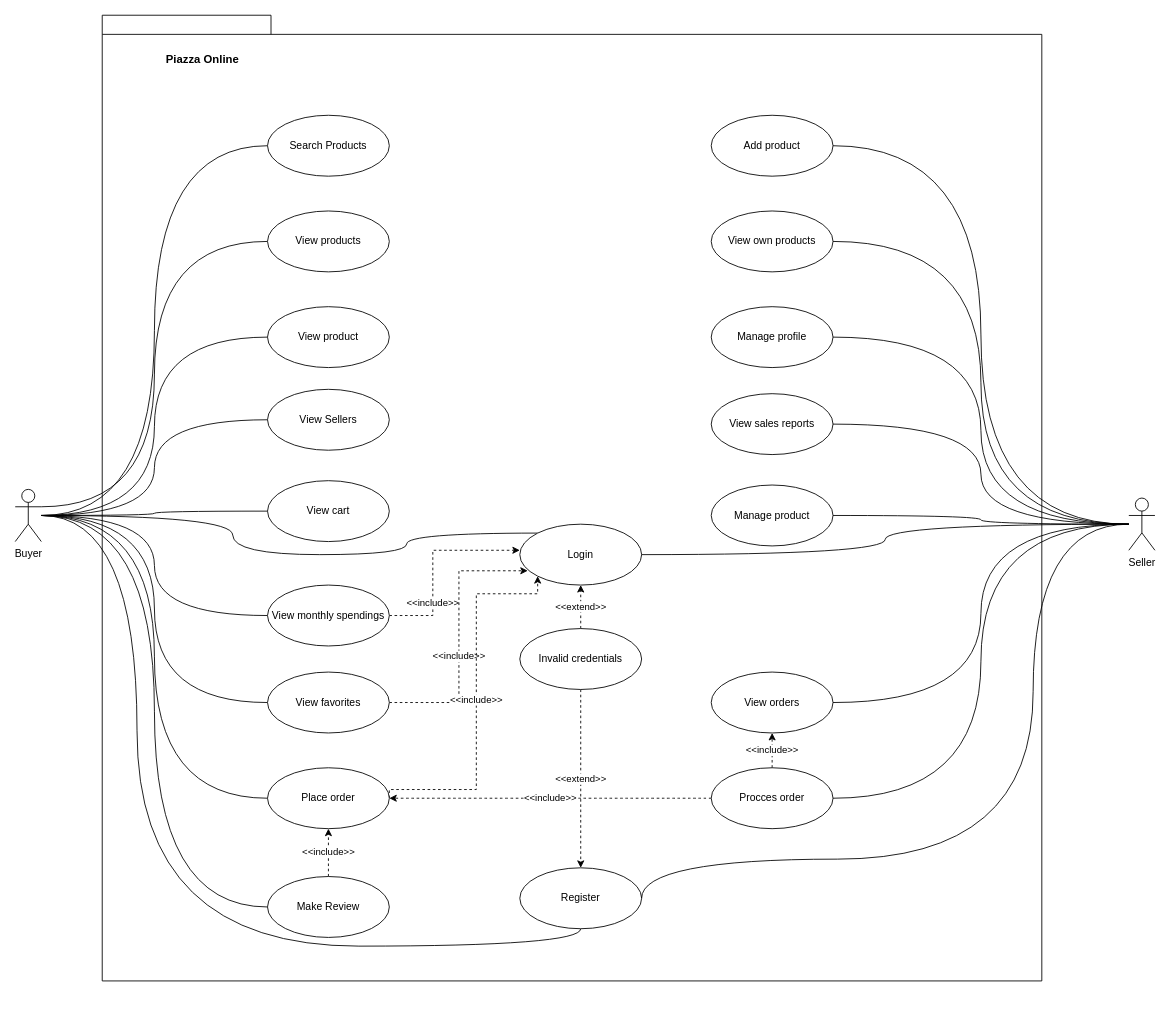
This is use_case_diagram.drawio from VladCiobotariu/InternshipProject, a draw.io file, before an edit. Source tidied: cells renumbered, new cells numbered last; positions are measured from the earlier drawing's top-left corner, leaving out a move shared by most shapes. Both pictures are drawn from the tidied source at 87%, with x=0, y=0 at pixel (15, 15).
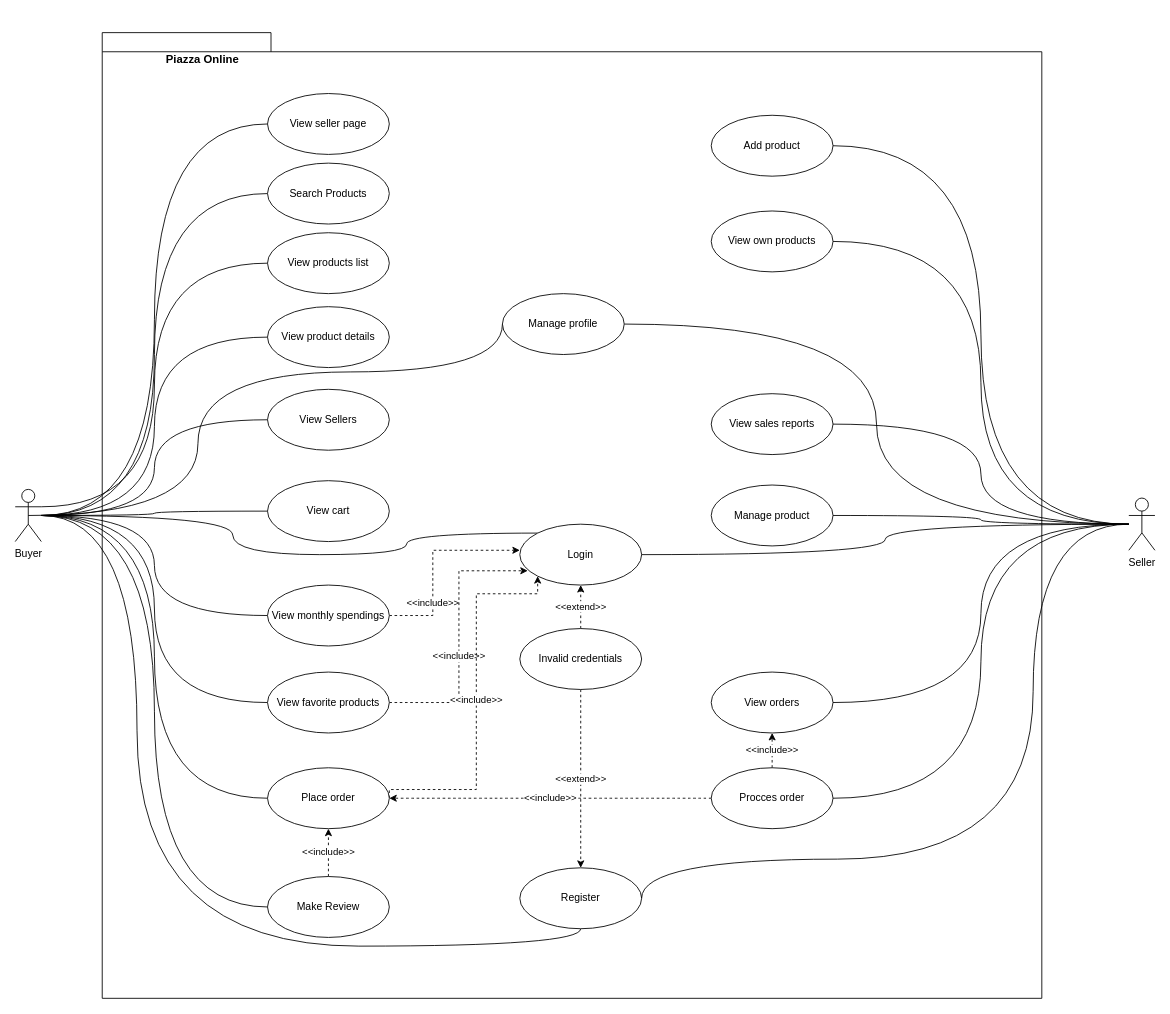
The same diagram, later.

The change refers to these unchanged cells:
```xml
<mxCell id="14" value="Buyer" style="shape=umlActor;verticalLabelPosition=bottom;verticalAlign=top;html=1;outlineConnect=0;" parent="1" vertex="1">
  <mxGeometry y="545" width="30" height="60" as="geometry" />
</mxCell>
```

What changed in the source:
```diff
@@
     <mxCell id="2" style="shape=folder;fontStyle=1;spacingTop=10;tabWidth=194;tabHeight=22;tabPosition=left;html=1;rounded=0;shadow=0;comic=0;labelBackgroundColor=none;strokeWidth=1;fillColor=none;fontFamily=Verdana;fontSize=10;align=center;" parent="1" vertex="1">
-      <mxGeometry x="100" width="1080" height="1110" as="geometry" />
+      <mxGeometry x="100" y="20" width="1080" height="1110" as="geometry" />
     </mxCell>
@@
+    <mxCell id="54" style="edgeStyle=orthogonalEdgeStyle;rounded=0;jettySize=auto;html=1;exitX=0.5;exitY=0.5;exitDx=0;exitDy=0;exitPerimeter=0;entryX=0;entryY=0.5;entryDx=0;entryDy=0;endArrow=none;endFill=0;curved=1;" parent="1" edge="1" source="14" target="48">
+      <mxGeometry relative="1" as="geometry">
+        <Array as="points">
+          <mxPoint x="210" y="575" />
+          <mxPoint x="210" y="410" />
+          <mxPoint x="560" y="410" />
+        </Array>
+      </mxGeometry>
+    </mxCell>
+    <mxCell id="55" style="edgeStyle=orthogonalEdgeStyle;rounded=0;jettySize=auto;html=1;entryX=0;entryY=0.5;entryDx=0;entryDy=0;endArrow=none;endFill=0;curved=1;" parent="1" edge="1" source="14" target="56">
+      <mxGeometry relative="1" as="geometry" />
+    </mxCell>
@@
     <mxCell id="18" value="Search Products" style="ellipse;whiteSpace=wrap;html=1;" parent="1" vertex="1">
-      <mxGeometry x="290" y="115" width="140" height="70" as="geometry" />
+      <mxGeometry x="290" y="170" width="140" height="70" as="geometry" />
     </mxCell>
-    <mxCell id="19" value="View products" style="ellipse;whiteSpace=wrap;html=1;" parent="1" vertex="1">
-      <mxGeometry x="290" y="225" width="140" height="70" as="geometry" />
+    <mxCell id="19" value="View products list" style="ellipse;whiteSpace=wrap;html=1;" parent="1" vertex="1">
+      <mxGeometry x="290" y="250" width="140" height="70" as="geometry" />
     </mxCell>
@@
-    <mxCell id="22" value="View product" style="ellipse;whiteSpace=wrap;html=1;" parent="1" vertex="1">
+    <mxCell id="22" value="View product details" style="ellipse;whiteSpace=wrap;html=1;" parent="1" vertex="1">
       <mxGeometry x="290" y="335" width="140" height="70" as="geometry" />
     </mxCell>
@@
-    <mxCell id="26" value="View favorites" style="ellipse;whiteSpace=wrap;html=1;" parent="1" vertex="1">
+    <mxCell id="26" value="View favorite products" style="ellipse;whiteSpace=wrap;html=1;" parent="1" vertex="1">
       <mxGeometry x="290" y="755" width="140" height="70" as="geometry" />
     </mxCell>
@@
     <mxCell id="48" value="Manage profile" style="ellipse;whiteSpace=wrap;html=1;" parent="1" vertex="1">
-      <mxGeometry x="800" y="335" width="140" height="70" as="geometry" />
+      <mxGeometry x="560" y="320" width="140" height="70" as="geometry" />
     </mxCell>
@@
+    <mxCell id="56" value="View seller page" style="ellipse;whiteSpace=wrap;html=1;" parent="1" vertex="1">
+      <mxGeometry x="290" y="90" width="140" height="70" as="geometry" />
+    </mxCell>
```
